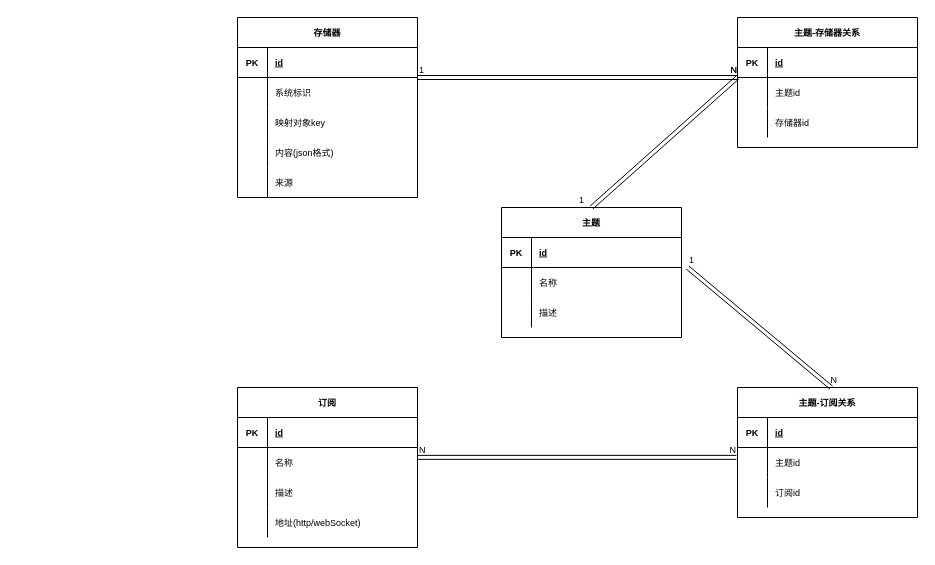
The draw.io diagram page "数据库" (3 of 3) of Untitled Diagram.drawio in WashingtonWang/diagram, before the edit. Source tidied: cells renumbered, new cells numbered last; positions are measured from the earlier drawing's top-left corner, leaving out a move shared by most shapes. Both pictures are drawn from the tidied source at 100%, with x=0, y=0 at pixel (237, 17).
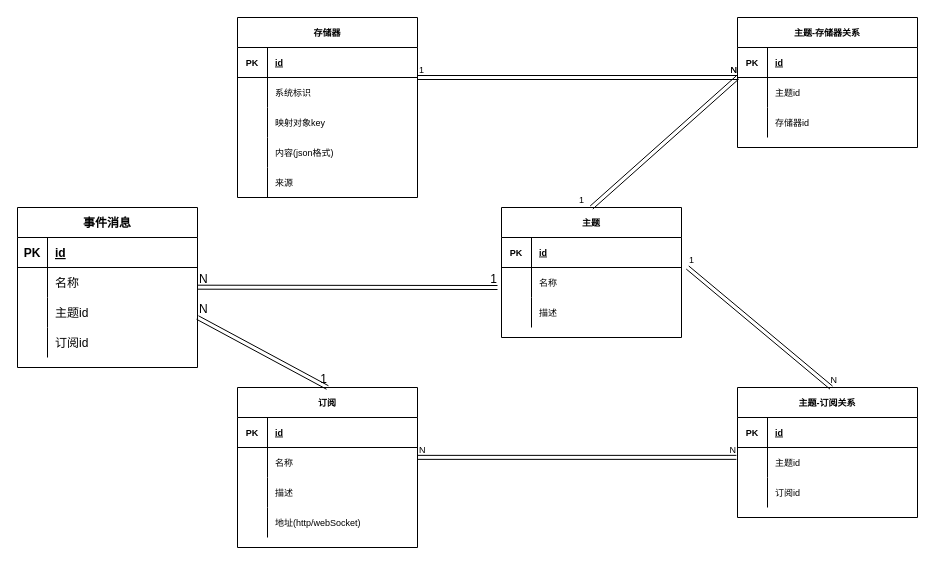
The same diagram, later.

Unchanged cells that the change refers to:
```xml
<mxCell id="38" value="订阅" style="shape=table;startSize=30;childLayout=tableLayout;rowLines=0;fontStyle=1;align=center;rounded=0;shadow=0;glass=0;sketch=0;fontSize=9;" parent="1" vertex="1">
  <mxGeometry y="370" width="180" height="160" as="geometry" />
</mxCell>
```

What changed in the source:
```diff
@@
+    <mxCell id="73" value="事件消息" style="shape=table;startSize=30;childLayout=tableLayout;rowLines=0;fontStyle=1;align=center;" parent="1" vertex="1">
+      <mxGeometry x="-220" y="190" width="180" height="160" as="geometry" />
+    </mxCell>
+    <mxCell id="74" style="shape=partialRectangle;fillColor=none;top=0;left=0;bottom=1;right=0;" parent="73" vertex="1">
+      <mxGeometry y="30" width="180" height="30" as="geometry" />
+    </mxCell>
+    <mxCell id="75" value="PK" style="shape=partialRectangle;fillColor=none;top=0;left=0;bottom=0;right=0;fontStyle=1;overflow=hidden;" parent="74" vertex="1">
+      <mxGeometry width="30" height="30" as="geometry" />
+    </mxCell>
+    <mxCell id="76" value="id" style="shape=partialRectangle;fillColor=none;top=0;left=0;bottom=0;right=0;align=left;spacingLeft=6;fontStyle=5;overflow=hidden;" parent="74" vertex="1">
+      <mxGeometry x="30" width="150" height="30" as="geometry" />
+    </mxCell>
+    <mxCell id="77" style="shape=partialRectangle;fillColor=none;top=0;left=0;bottom=0;right=0;" parent="73" vertex="1">
+      <mxGeometry y="60" width="180" height="30" as="geometry" />
+    </mxCell>
+    <mxCell id="78" style="shape=partialRectangle;fillColor=none;top=0;left=0;bottom=0;right=0;overflow=hidden;" parent="77" vertex="1">
+      <mxGeometry width="30" height="30" as="geometry" />
+    </mxCell>
+    <mxCell id="79" value="名称" style="shape=partialRectangle;fillColor=none;top=0;left=0;bottom=0;right=0;align=left;spacingLeft=6;overflow=hidden;" parent="77" vertex="1">
+      <mxGeometry x="30" width="150" height="30" as="geometry" />
+    </mxCell>
+    <mxCell id="80" style="shape=partialRectangle;fillColor=none;top=0;left=0;bottom=0;right=0;points=[[0,0.5],[1,0.5]];portConstraint=eastwest;" parent="73" vertex="1">
+      <mxGeometry y="90" width="180" height="30" as="geometry" />
+    </mxCell>
+    <mxCell id="81" style="shape=partialRectangle;fillColor=none;top=0;left=0;bottom=0;right=0;overflow=hidden;" parent="80" vertex="1">
+      <mxGeometry width="30" height="30" as="geometry" />
+    </mxCell>
+    <mxCell id="82" value="主题id" style="shape=partialRectangle;fillColor=none;top=0;left=0;bottom=0;right=0;align=left;spacingLeft=6;overflow=hidden;" parent="80" vertex="1">
+      <mxGeometry x="30" width="150" height="30" as="geometry" />
+    </mxCell>
+    <mxCell id="83" style="shape=partialRectangle;fillColor=none;top=0;left=0;bottom=0;right=0;" parent="73" vertex="1">
+      <mxGeometry y="120" width="180" height="30" as="geometry" />
+    </mxCell>
+    <mxCell id="84" style="shape=partialRectangle;fillColor=none;top=0;left=0;bottom=0;right=0;overflow=hidden;" parent="83" vertex="1">
+      <mxGeometry width="30" height="30" as="geometry" />
+    </mxCell>
+    <mxCell id="85" value="订阅id" style="shape=partialRectangle;fillColor=none;top=0;left=0;bottom=0;right=0;align=left;spacingLeft=6;overflow=hidden;" parent="83" vertex="1">
+      <mxGeometry x="30" width="150" height="30" as="geometry" />
+    </mxCell>
+    <mxCell id="86" style="shape=link;html=1;rounded=0;" parent="1" edge="1">
+      <mxGeometry relative="1" as="geometry">
+        <mxPoint x="-40" y="269.7" as="sourcePoint" />
+        <mxPoint x="260" y="270" as="targetPoint" />
+      </mxGeometry>
+    </mxCell>
+    <mxCell id="87" value="N" style="html=1;align=left;verticalAlign=bottom;" parent="86" vertex="1">
+      <mxGeometry x="-1" relative="1" as="geometry" />
+    </mxCell>
+    <mxCell id="88" value="1" style="html=1;align=right;verticalAlign=bottom;" parent="86" vertex="1">
+      <mxGeometry x="1" relative="1" as="geometry" />
+    </mxCell>
+    <mxCell id="89" style="shape=link;html=1;rounded=0;entryX=0.5;entryY=0;entryDx=0;entryDy=0;exitX=1;exitY=0.667;exitDx=0;exitDy=0;exitPerimeter=0;" parent="1" edge="1" source="80" target="38">
+      <mxGeometry relative="1" as="geometry" />
+    </mxCell>
+    <mxCell id="90" value="N" style="html=1;align=left;verticalAlign=bottom;" parent="89" vertex="1">
+      <mxGeometry x="-1" relative="1" as="geometry" />
+    </mxCell>
+    <mxCell id="91" value="1" style="html=1;align=right;verticalAlign=bottom;" parent="89" vertex="1">
+      <mxGeometry x="1" relative="1" as="geometry" />
+    </mxCell>
```
